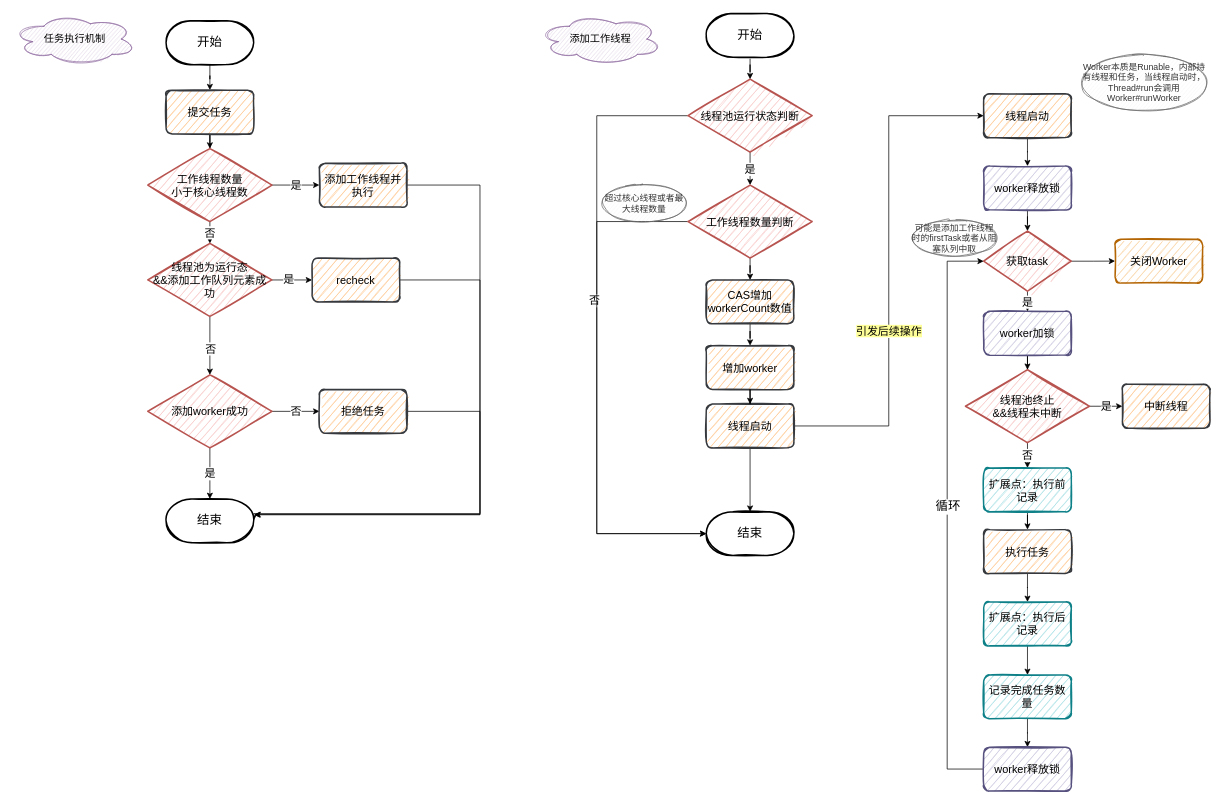
This is draw/Thread流程图/ThreadPool工作原理.drawio from L1Chenxv/L1Chenxv.github.io, a draw.io file, before an edit. Source tidied: cells renumbered, new cells numbered last; positions are measured from the earlier drawing's top-left corner, leaving out a move shared by most shapes. Both pictures are drawn from the tidied source at 73%, with x=0, y=0 at pixel (12, 13).
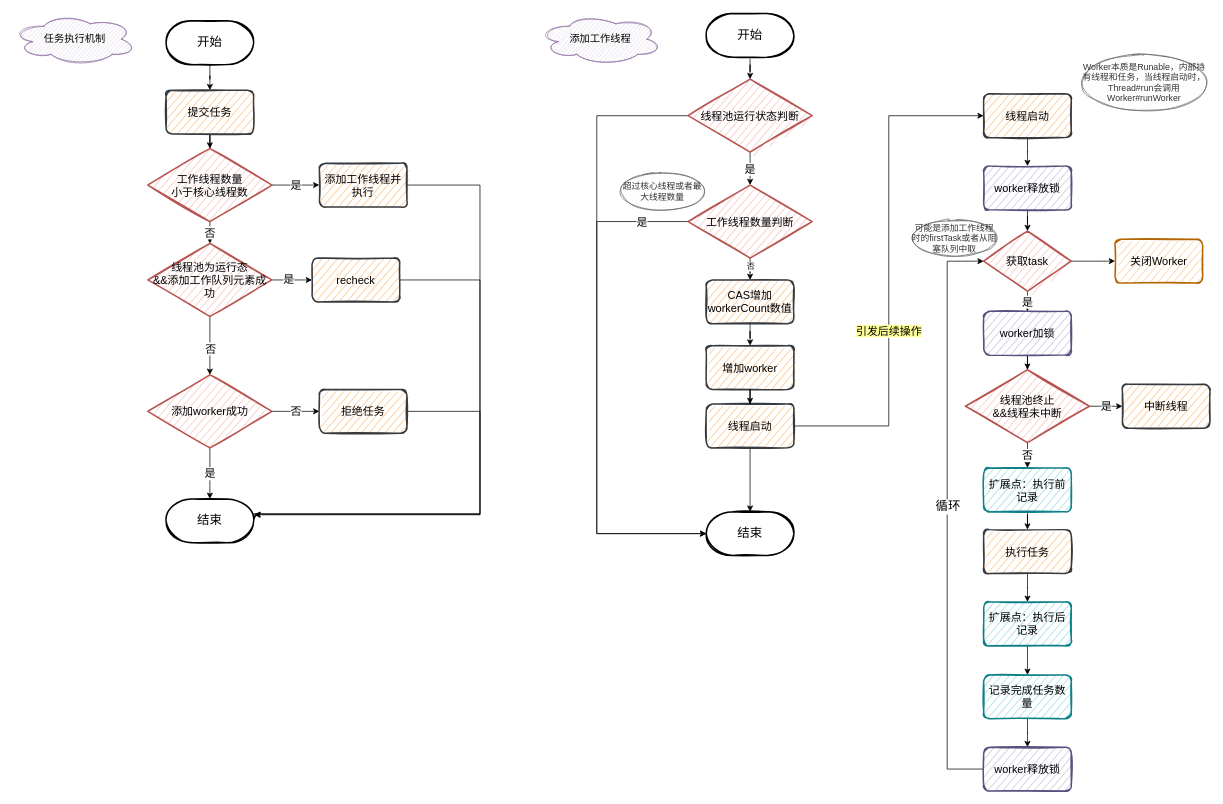
The same page after the edit.

The change refers to these unchanged cells:
```xml
<mxCell id="27" style="edgeStyle=orthogonalEdgeStyle;rounded=0;jettySize=auto;html=1;entryX=0;entryY=0.5;entryDx=0;entryDy=0;entryPerimeter=0;fontSize=15;" parent="1" edge="1" source="30" target="34">
  <mxGeometry relative="1" as="geometry">
    <Array as="points">
      <mxPoint x="800" y="140" />
      <mxPoint x="800" y="713" />
      <mxPoint x="950" y="713" />
    </Array>
  </mxGeometry>
</mxCell>
<mxCell id="34" value="&lt;span style=&quot;font-size: 17px&quot;&gt;结束&lt;/span&gt;" style="strokeWidth=2;html=1;shape=mxgraph.flowchart.terminator;whiteSpace=wrap;sketch=1;rounded=1;" parent="1" vertex="1">
  <mxGeometry x="950" y="682.5" width="120" height="60" as="geometry" />
</mxCell>
<mxCell id="36" style="edgeStyle=orthogonalEdgeStyle;rounded=0;jettySize=auto;html=1;fontSize=15;" parent="1" edge="1" source="37" target="26">
  <mxGeometry relative="1" as="geometry" />
</mxCell>
<mxCell id="37" value="&lt;span style=&quot;font-size: 15px&quot;&gt;工作线程数量判断&lt;/span&gt;" style="strokeWidth=2;html=1;shape=mxgraph.flowchart.decision;whiteSpace=wrap;sketch=1;fillColor=#f8cecc;strokeColor=#b85450;rounded=1;align=center;verticalAlign=middle;" parent="1" vertex="1">
  <mxGeometry x="925" y="235" width="170" height="100" as="geometry" />
</mxCell>
```

Change to the diagram source:
```diff
@@
-    <mxCell id="28" value="否" style="edgeLabel;html=1;align=center;verticalAlign=middle;fontSize=15;" parent="27" vertex="1">
-      <mxGeometry x="-0.11" y="-4" relative="1" as="geometry" />
-    </mxCell>
@@
-    <mxCell id="35" style="edgeStyle=orthogonalEdgeStyle;rounded=0;jettySize=auto;html=1;entryX=0;entryY=0.5;entryDx=0;entryDy=0;entryPerimeter=0;fontSize=15;" parent="1" edge="1" source="37" target="34">
-      <mxGeometry relative="1" as="geometry">
+    <mxCell id="35" value="是" style="edgeStyle=orthogonalEdgeStyle;rounded=0;jettySize=auto;html=1;entryX=0;entryY=0.5;entryDx=0;entryDy=0;entryPerimeter=0;fontSize=15;" parent="1" edge="1" source="37" target="34">
+      <mxGeometry x="-0.82" relative="1" as="geometry">
         <Array as="points">
           <mxPoint x="800" y="285" />
           <mxPoint x="800" y="713" />
           <mxPoint x="950" y="713" />
         </Array>
       </mxGeometry>
     </mxCell>
@@
+    <mxCell id="28" value="否" style="edgeLabel;html=1;align=center;verticalAlign=middle;" parent="36" vertex="1">
+      <mxGeometry x="0.15" relative="1" as="geometry" />
+    </mxCell>
@@
     <mxCell id="38" value="超过核心线程或者最大线程数量" style="ellipse;whiteSpace=wrap;html=1;rounded=0;shadow=0;sketch=1;fillColor=#f5f5f5;strokeColor=#666666;fontColor=#333333;" parent="1" vertex="1">
-      <mxGeometry x="805" y="235" width="120" height="50" as="geometry" />
+      <mxGeometry x="830" y="219" width="120" height="50" as="geometry" />
     </mxCell>
```
